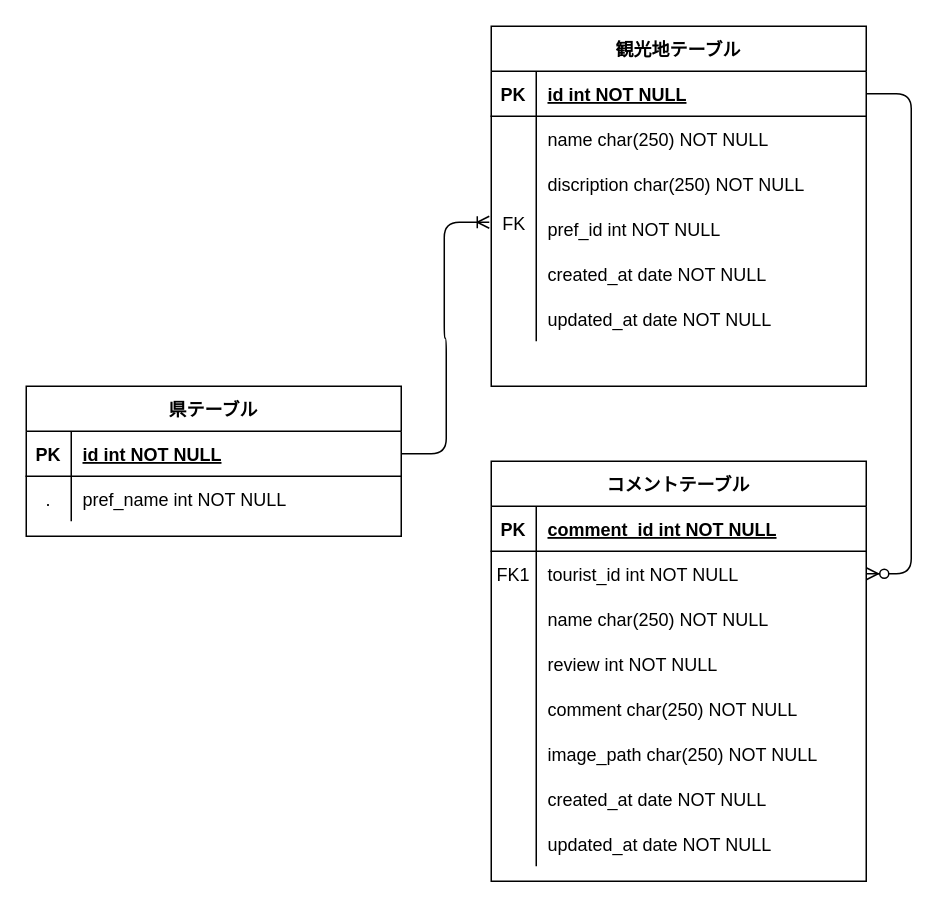
Above: 旅行アプリER図.drawio in Naoki0722/travel-app (draw.io), before the change. Source tidied: cells renumbered, new cells numbered last; positions are measured from the earlier drawing's top-left corner, leaving out a move shared by most shapes. Both pictures are drawn from the tidied source at 150%, with x=0, y=0 at pixel (26, 26).
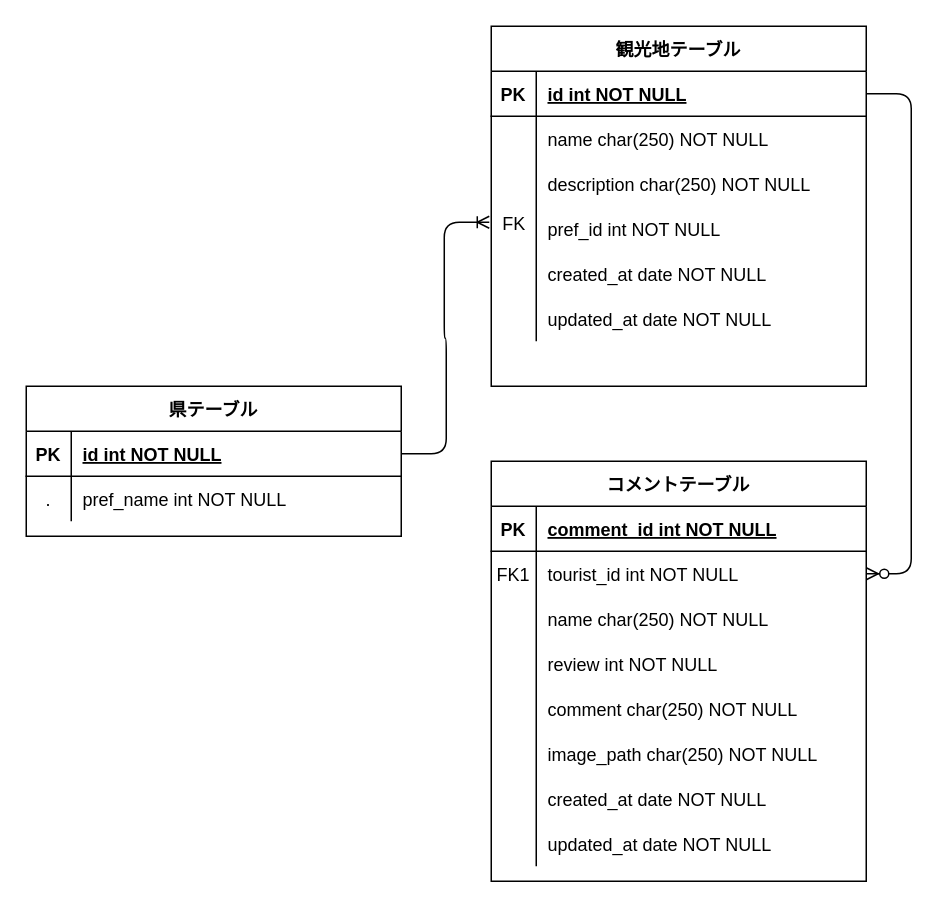
The same diagram, later.

Unchanged cells that the change refers to:
```xml
<mxCell id="42" style="shape=partialRectangle;fillColor=none;top=0;left=0;right=0;bottom=0;" parent="35" vertex="1">
  <mxGeometry y="90" width="250" height="30" as="geometry" />
</mxCell>
```

What changed in the source:
```diff
@@
-    <mxCell id="44" value="discription char(250) NOT NULL" style="shape=partialRectangle;overflow=hidden;fillColor=none;top=0;left=0;bottom=0;right=0;align=left;spacingLeft=6;" parent="42" vertex="1">
+    <mxCell id="44" value="description char(250) NOT NULL" style="shape=partialRectangle;overflow=hidden;fillColor=none;top=0;left=0;bottom=0;right=0;align=left;spacingLeft=6;" parent="42" vertex="1">
       <mxGeometry x="30" width="220" height="30" as="geometry" />
     </mxCell>
```
